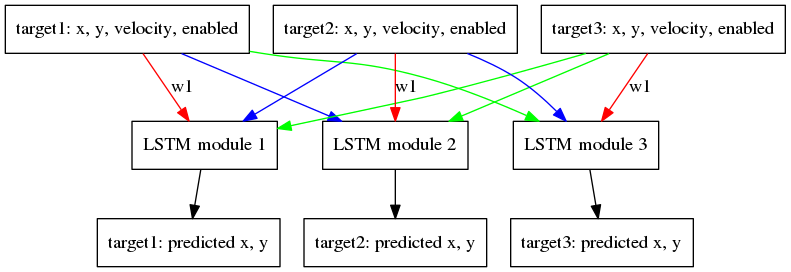
The Graphviz diagram diagram.png in cybercom-finland/location_tracking_ml, before a commit. Its source is kept beside it as diagram.dot.
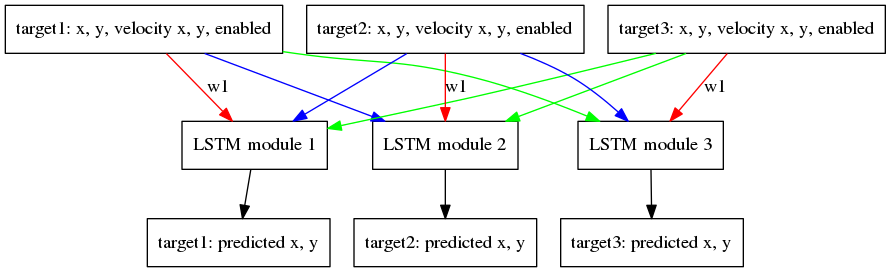
After the commit.

Commit message:
Velocity has two components.

The edit, as a diff of the source:
```diff
@@ -1,7 +1,7 @@
 digraph d {
-  "target1: x, y, velocity, enabled" [shape=box]
-  "target3: x, y, velocity, enabled" [shape=box]
-  "target2: x, y, velocity, enabled" [shape=box]
+  "target1: x, y, velocity x, y, enabled" [shape=box]
+  "target3: x, y, velocity x, y, enabled" [shape=box]
+  "target2: x, y, velocity x, y, enabled" [shape=box]
   "LSTM module 1" [shape=box]
   "LSTM module 3" [shape=box]
   "LSTM module 2" [shape=box]
@@ -9,17 +9,17 @@
   "target3: predicted x, y" [shape=box]
   "target2: predicted x, y" [shape=box]
 
-  "target1: x, y, velocity, enabled" -> "LSTM module 1" [color=red,label=w1]
-  "target2: x, y, velocity, enabled" -> "LSTM module 1" [color=blue]
-  "target3: x, y, velocity, enabled" -> "LSTM module 1" [color=green]
+  "target1: x, y, velocity x, y, enabled" -> "LSTM module 1" [color=red,label=w1]
+  "target2: x, y, velocity x, y, enabled" -> "LSTM module 1" [color=blue]
+  "target3: x, y, velocity x, y, enabled" -> "LSTM module 1" [color=green]
 
-  "target2: x, y, velocity, enabled" -> "LSTM module 2" [color=red,label=w1]
-  "target1: x, y, velocity, enabled" -> "LSTM module 2" [color=blue]
-  "target3: x, y, velocity, enabled" -> "LSTM module 2" [color=green]
+  "target2: x, y, velocity x, y, enabled" -> "LSTM module 2" [color=red,label=w1]
+  "target1: x, y, velocity x, y, enabled" -> "LSTM module 2" [color=blue]
+  "target3: x, y, velocity x, y, enabled" -> "LSTM module 2" [color=green]
 
-  "target3: x, y, velocity, enabled" -> "LSTM module 3" [color=red,label=w1]
-  "target2: x, y, velocity, enabled" -> "LSTM module 3" [color=blue]
-  "target1: x, y, velocity, enabled" -> "LSTM module 3" [color=green]
+  "target3: x, y, velocity x, y, enabled" -> "LSTM module 3" [color=red,label=w1]
+  "target2: x, y, velocity x, y, enabled" -> "LSTM module 3" [color=blue]
+  "target1: x, y, velocity x, y, enabled" -> "LSTM module 3" [color=green]
 
   "LSTM module 1" -> "target1: predicted x, y"
   "LSTM module 2" -> "target2: predicted x, y"
```
